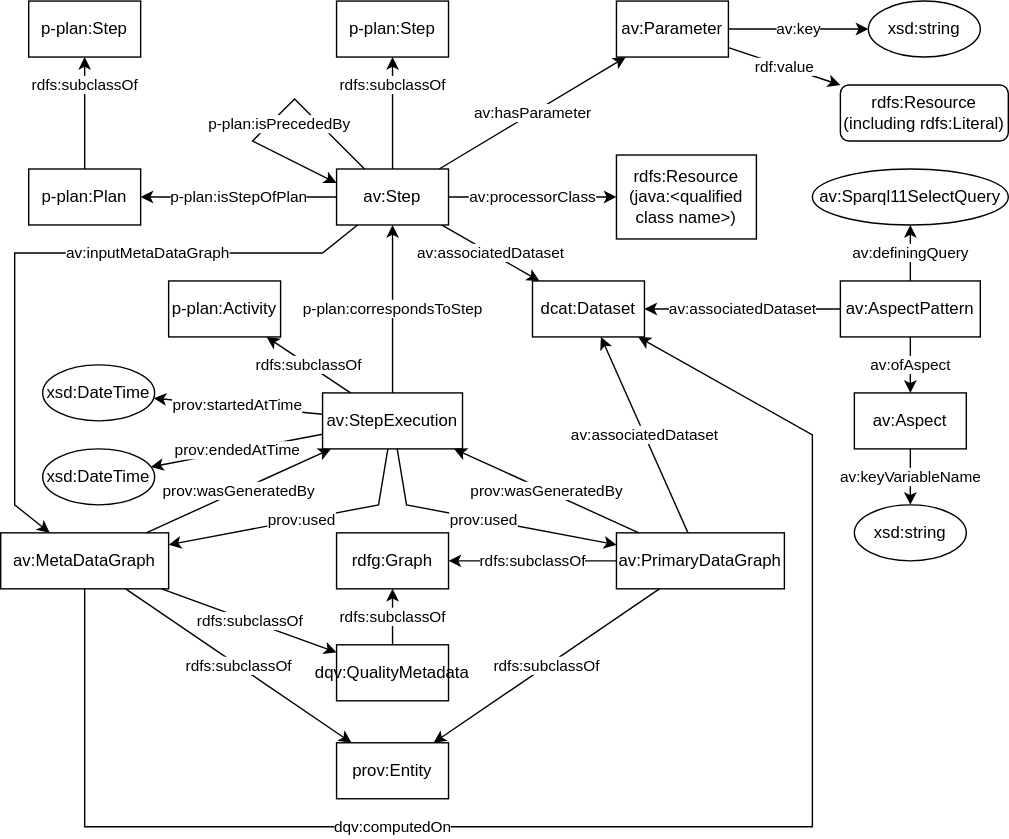
This is executionGraph.svg from fusion-jena/abecto-vocabulary, a draw.io export, as it was before one commit. Source tidied: cells renumbered, new cells last; positions are measured from the earlier drawing's top-left corner, leaving out a move shared by most shapes.
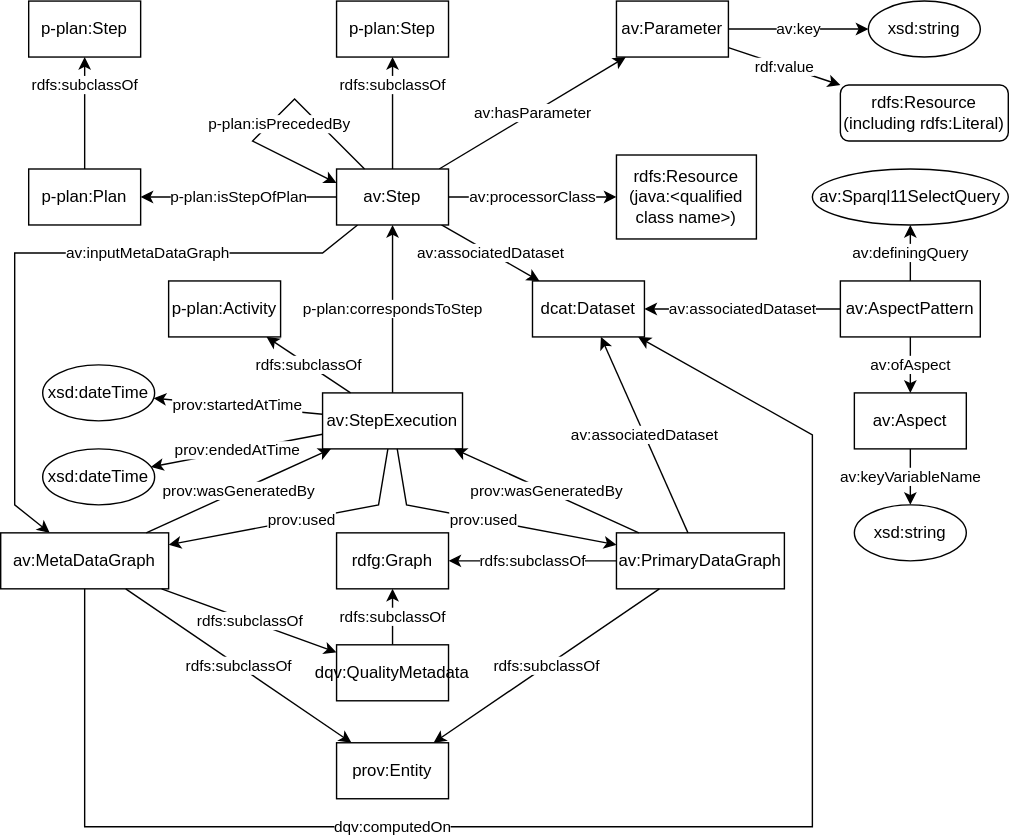
The same diagram one commit later.

Change to the diagram source:
```diff
@@ -83,10 +83,10 @@
     <mxCell id="22" value="rdfg:Graph" style="whiteSpace=wrap;html=1;" parent="1" vertex="1">
       <mxGeometry x="240" y="380" width="80" height="40" as="geometry" />
     </mxCell>
-    <mxCell id="23" value="xsd:DateTime" style="ellipse;whiteSpace=wrap;html=1;" parent="1" vertex="1">
+    <mxCell id="23" value="xsd:dateTime" style="ellipse;whiteSpace=wrap;html=1;" parent="1" vertex="1">
       <mxGeometry x="30" y="320" width="80" height="40" as="geometry" />
     </mxCell>
-    <mxCell id="24" value="xsd:DateTime" style="ellipse;whiteSpace=wrap;html=1;" parent="1" vertex="1">
+    <mxCell id="24" value="xsd:dateTime" style="ellipse;whiteSpace=wrap;html=1;" parent="1" vertex="1">
       <mxGeometry x="30" y="260" width="80" height="40" as="geometry" />
     </mxCell>
     <mxCell id="25" value="av:ofAspect" style="edgeStyle=none;rounded=0;jettySize=auto;html=1;" parent="1" edge="1" source="29" target="27">
```
